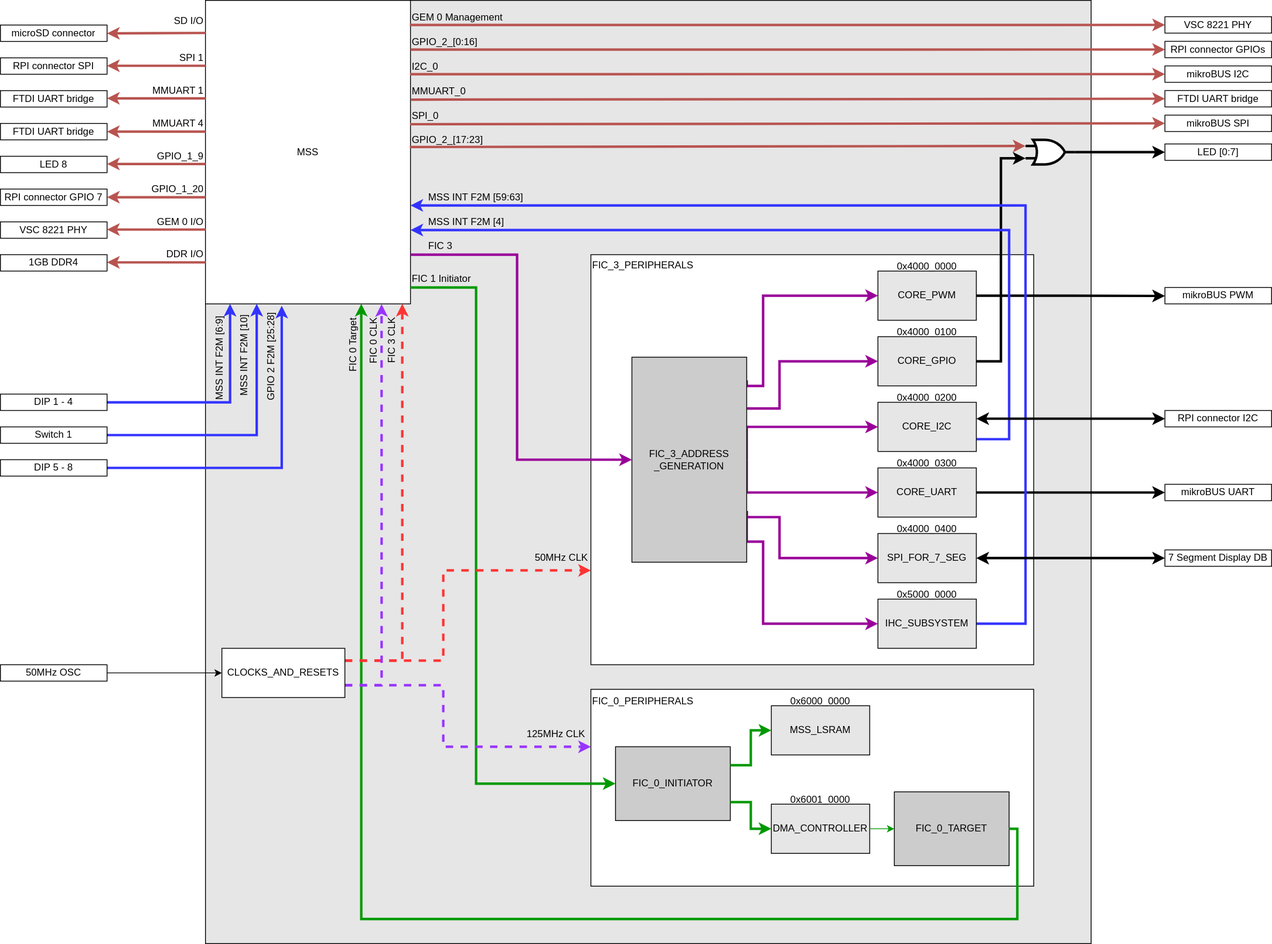
The draw.io diagram diagrams/block_diagram.svg in polarfire-soc/polarfire-soc-discovery-kit-reference-design, before a commit. Source tidied: cells renumbered, new cells last; positions are measured from the earlier drawing's top-left corner, leaving out a move shared by most shapes.
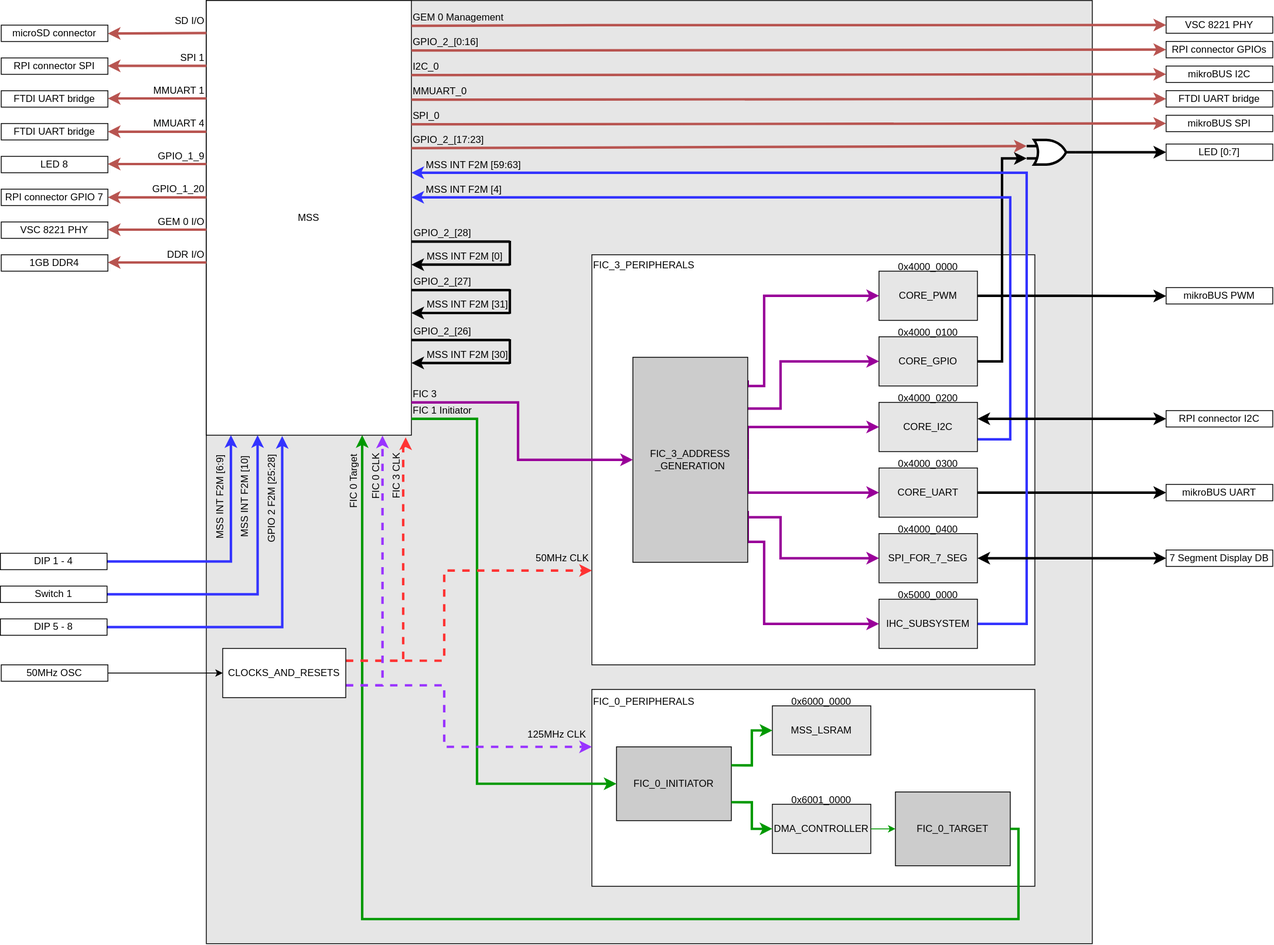
After the change.

Commit message:
(feat)GPIO bare metal example support

What changed in the source:
```diff
@@ -8,3 +8,3 @@
     <mxCell id="3" value="MSS" style="rounded=0;whiteSpace=wrap;html=1;" parent="1" vertex="1">
-      <mxGeometry x="250" width="250" height="370" as="geometry" />
+      <mxGeometry x="250" width="250" height="530" as="geometry" />
     </mxCell>
@@ -64,3 +64,3 @@
     </mxCell>
-    <mxCell id="16" style="endArrow=classic;html=1;rounded=0;exitX=0.997;exitY=0.081;exitDx=0;exitDy=0;strokeWidth=3;fillColor=#f8cecc;strokeColor=#b85450;entryX=0;entryY=0.5;entryDx=0;entryDy=0;exitPerimeter=0;" parent="1" edge="1" source="3" target="81">
+    <mxCell id="16" style="endArrow=classic;html=1;rounded=0;exitX=0;exitY=1;exitDx=0;exitDy=0;strokeWidth=3;fillColor=#f8cecc;strokeColor=#b85450;entryX=0;entryY=0.5;entryDx=0;entryDy=0;" parent="1" edge="1" source="17" target="81">
       <mxGeometry relative="1" as="geometry">
@@ -74,3 +74,3 @@
     </mxCell>
-    <mxCell id="18" style="endArrow=classic;html=1;rounded=0;exitX=1;exitY=0.162;exitDx=0;exitDy=0;strokeWidth=3;fillColor=#f8cecc;strokeColor=#b85450;entryX=0;entryY=0.5;entryDx=0;entryDy=0;exitPerimeter=0;" parent="1" edge="1" source="3" target="82">
+    <mxCell id="18" style="endArrow=classic;html=1;rounded=0;exitX=0;exitY=1;exitDx=0;exitDy=0;strokeWidth=3;fillColor=#f8cecc;strokeColor=#b85450;entryX=0;entryY=0.5;entryDx=0;entryDy=0;" parent="1" edge="1" source="19" target="82">
       <mxGeometry relative="1" as="geometry" />
@@ -80,3 +80,3 @@
     </mxCell>
-    <mxCell id="20" style="endArrow=classic;html=1;rounded=0;exitX=0.998;exitY=0.243;exitDx=0;exitDy=0;strokeWidth=3;fillColor=#f8cecc;strokeColor=#b85450;entryX=0;entryY=0.5;entryDx=0;entryDy=0;exitPerimeter=0;" parent="1" edge="1" source="3" target="83">
+    <mxCell id="20" style="endArrow=classic;html=1;rounded=0;exitX=0;exitY=1;exitDx=0;exitDy=0;strokeWidth=3;fillColor=#f8cecc;strokeColor=#b85450;entryX=0;entryY=0.5;entryDx=0;entryDy=0;" parent="1" edge="1" source="21" target="83">
       <mxGeometry relative="1" as="geometry" />
@@ -86,3 +86,3 @@
     </mxCell>
-    <mxCell id="22" style="endArrow=classic;html=1;rounded=0;exitX=1.003;exitY=0.327;exitDx=0;exitDy=0;strokeWidth=3;fillColor=#f8cecc;strokeColor=#b85450;entryX=0;entryY=0.5;entryDx=0;entryDy=0;exitPerimeter=0;" parent="1" edge="1" source="3" target="84">
+    <mxCell id="22" style="endArrow=classic;html=1;rounded=0;exitX=0;exitY=1;exitDx=0;exitDy=0;strokeWidth=3;fillColor=#f8cecc;strokeColor=#b85450;entryX=0;entryY=0.5;entryDx=0;entryDy=0;" parent="1" edge="1" source="23" target="84">
       <mxGeometry relative="1" as="geometry" />
@@ -92,3 +92,3 @@
     </mxCell>
-    <mxCell id="24" style="endArrow=classic;html=1;rounded=0;exitX=0.998;exitY=0.408;exitDx=0;exitDy=0;strokeWidth=3;fillColor=#f8cecc;strokeColor=#b85450;entryX=0;entryY=0.5;entryDx=0;entryDy=0;exitPerimeter=0;" parent="1" edge="1" source="3" target="85">
+    <mxCell id="24" style="endArrow=classic;html=1;rounded=0;exitX=0;exitY=1;exitDx=0;exitDy=0;strokeWidth=3;fillColor=#f8cecc;strokeColor=#b85450;entryX=0;entryY=0.5;entryDx=0;entryDy=0;" parent="1" edge="1" source="25" target="85">
       <mxGeometry relative="1" as="geometry" />
@@ -169,7 +169,7 @@
       <mxGeometry relative="1" as="geometry">
-        <mxPoint x="500" y="280" as="targetPoint" />
+        <mxPoint x="500" y="240" as="targetPoint" />
         <Array as="points">
           <mxPoint x="1230" y="535" />
-          <mxPoint x="1230" y="280" />
-          <mxPoint x="500" y="280" />
+          <mxPoint x="1230" y="240" />
+          <mxPoint x="500" y="240" />
         </Array>
@@ -193,7 +193,7 @@
       <mxGeometry relative="1" as="geometry">
-        <mxPoint x="500" y="250" as="targetPoint" />
+        <mxPoint x="500" y="210" as="targetPoint" />
         <Array as="points">
           <mxPoint x="1250" y="760" />
-          <mxPoint x="1250" y="250" />
-          <mxPoint x="500" y="250" />
+          <mxPoint x="1250" y="210" />
+          <mxPoint x="500" y="210" />
         </Array>
@@ -215,8 +215,6 @@
     </mxCell>
-    <mxCell id="47" style="edgeStyle=orthogonalEdgeStyle;rounded=0;jettySize=auto;html=1;strokeColor=#990099;strokeWidth=3;entryX=0;entryY=0.5;entryDx=0;entryDy=0;" parent="1" edge="1" target="33">
+    <mxCell id="47" style="edgeStyle=orthogonalEdgeStyle;rounded=0;jettySize=auto;html=1;strokeColor=#990099;strokeWidth=3;entryX=0;entryY=0.5;entryDx=0;entryDy=0;exitX=0;exitY=0;exitDx=0;exitDy=0;" parent="1" edge="1" source="49" target="33">
       <mxGeometry relative="1" as="geometry">
-        <mxPoint x="500" y="310" as="sourcePoint" />
         <Array as="points">
-          <mxPoint x="500" y="310" />
-          <mxPoint x="630" y="310" />
+          <mxPoint x="630" y="490" />
           <mxPoint x="630" y="560" />
@@ -226,6 +224,6 @@
     <mxCell id="48" value="FIC 3" style="text;html=1;strokeColor=none;fillColor=none;align=left;verticalAlign=middle;whiteSpace=wrap;rounded=0;" parent="1" vertex="1">
-      <mxGeometry x="520" y="290" width="90" height="20" as="geometry" />
+      <mxGeometry x="500" y="470" width="90" height="20" as="geometry" />
     </mxCell>
     <mxCell id="49" value="FIC 1 Initiator" style="text;html=1;strokeColor=none;fillColor=none;align=left;verticalAlign=middle;whiteSpace=wrap;rounded=0;" parent="1" vertex="1">
-      <mxGeometry x="500" y="330" width="90" height="20" as="geometry" />
+      <mxGeometry x="500" y="490" width="90" height="20" as="geometry" />
     </mxCell>
@@ -266,6 +264,6 @@
       <mxGeometry relative="1" as="geometry">
-        <mxPoint x="500" y="350" as="sourcePoint" />
+        <mxPoint x="500" y="510" as="sourcePoint" />
         <Array as="points">
-          <mxPoint x="500" y="350" />
-          <mxPoint x="580" y="350" />
+          <mxPoint x="500" y="510" />
+          <mxPoint x="580" y="510" />
           <mxPoint x="580" y="955" />
@@ -274,5 +272,4 @@
     </mxCell>
-    <mxCell id="62" style="edgeStyle=orthogonalEdgeStyle;rounded=0;jettySize=auto;html=1;exitX=1;exitY=0.5;exitDx=0;exitDy=0;strokeColor=#009900;strokeWidth=3;" parent="1" edge="1" source="55">
+    <mxCell id="62" style="edgeStyle=orthogonalEdgeStyle;rounded=0;jettySize=auto;html=1;exitX=1;exitY=0.5;exitDx=0;exitDy=0;strokeColor=#009900;strokeWidth=3;" parent="1" edge="1" source="55" target="3">
       <mxGeometry relative="1" as="geometry">
-        <mxPoint x="440" y="370" as="targetPoint" />
         <Array as="points">
@@ -281,3 +278,2 @@
           <mxPoint x="440" y="1120" />
-          <mxPoint x="440" y="370" />
         </Array>
@@ -363,3 +359,3 @@
     </mxCell>
-    <mxCell id="87" style="endArrow=classic;html=1;rounded=0;exitX=0.997;exitY=0.483;exitDx=0;exitDy=0;strokeWidth=3;fillColor=#f8cecc;strokeColor=#b85450;entryX=0;entryY=0.25;entryDx=0;entryDy=0;entryPerimeter=0;exitPerimeter=0;" parent="1" edge="1" source="3" target="90">
+    <mxCell id="87" style="endArrow=classic;html=1;rounded=0;exitX=0;exitY=1;exitDx=0;exitDy=0;strokeWidth=3;fillColor=#f8cecc;strokeColor=#b85450;entryX=0;entryY=0.25;entryDx=0;entryDy=0;entryPerimeter=0;" parent="1" edge="1" source="88" target="90">
       <mxGeometry relative="1" as="geometry" />
@@ -385,9 +381,8 @@
     <mxCell id="94" value="FIC 0 Target" style="text;html=1;strokeColor=none;fillColor=none;align=left;verticalAlign=middle;whiteSpace=wrap;rounded=0;flipH=1;flipV=1;horizontal=0;" parent="1" vertex="1">
-      <mxGeometry x="420" y="375" width="20" height="80" as="geometry" />
+      <mxGeometry x="420" y="550" width="20" height="71" as="geometry" />
     </mxCell>
-    <mxCell id="95" style="edgeStyle=orthogonalEdgeStyle;rounded=0;jettySize=auto;html=1;exitX=1;exitY=0.5;exitDx=0;exitDy=0;strokeWidth=3;strokeColor=#3333FF;" parent="1" edge="1" source="96">
+    <mxCell id="95" style="edgeStyle=orthogonalEdgeStyle;rounded=0;jettySize=auto;html=1;exitX=1;exitY=0.5;exitDx=0;exitDy=0;strokeWidth=3;strokeColor=#3333FF;" parent="1" edge="1" source="96" target="3">
       <mxGeometry relative="1" as="geometry">
-        <mxPoint x="280" y="370" as="targetPoint" />
         <Array as="points">
-          <mxPoint x="280" y="490" />
+          <mxPoint x="280" y="684" />
         </Array>
@@ -396,6 +391,6 @@
     <mxCell id="96" value="DIP 1 - 4" style="text;html=1;strokeColor=default;fillColor=none;align=center;verticalAlign=middle;whiteSpace=wrap;rounded=0;" parent="1" vertex="1">
-      <mxGeometry y="480" width="130" height="20" as="geometry" />
+      <mxGeometry x="-1" y="674" width="130" height="20" as="geometry" />
     </mxCell>
     <mxCell id="97" value="MSS INT F2M [6:9]" style="text;html=1;strokeColor=none;fillColor=none;align=left;verticalAlign=middle;whiteSpace=wrap;rounded=0;flipH=1;flipV=1;horizontal=0;" parent="1" vertex="1">
-      <mxGeometry x="260" y="380" width="15" height="110" as="geometry" />
+      <mxGeometry x="260" y="550" width="15" height="109" as="geometry" />
     </mxCell>
@@ -405,8 +400,8 @@
     <mxCell id="99" value="Switch 1" style="text;html=1;strokeColor=default;fillColor=none;align=center;verticalAlign=middle;whiteSpace=wrap;rounded=0;" parent="1" vertex="1">
-      <mxGeometry y="520" width="130" height="20" as="geometry" />
+      <mxGeometry x="-1" y="714" width="130" height="20" as="geometry" />
     </mxCell>
     <mxCell id="100" value="MSS INT F2M [10]" style="text;html=1;strokeColor=none;fillColor=none;align=left;verticalAlign=middle;whiteSpace=wrap;rounded=0;flipH=1;flipV=1;horizontal=0;" parent="1" vertex="1">
-      <mxGeometry x="290" y="375" width="15" height="110" as="geometry" />
+      <mxGeometry x="290" y="550" width="15" height="107" as="geometry" />
     </mxCell>
-    <mxCell id="101" style="edgeStyle=orthogonalEdgeStyle;rounded=0;jettySize=auto;html=1;exitX=1;exitY=0.5;exitDx=0;exitDy=0;entryX=0.372;entryY=1.006;entryDx=0;entryDy=0;entryPerimeter=0;strokeWidth=3;strokeColor=#3333FF;" parent="1" edge="1" source="102" target="3">
+    <mxCell id="101" style="edgeStyle=orthogonalEdgeStyle;rounded=0;jettySize=auto;html=1;exitX=1;exitY=0.5;exitDx=0;exitDy=0;entryX=0.37;entryY=1.002;entryDx=0;entryDy=0;entryPerimeter=0;strokeWidth=3;strokeColor=#3333FF;" parent="1" edge="1" source="102" target="3">
       <mxGeometry relative="1" as="geometry" />
@@ -414,12 +409,12 @@
     <mxCell id="102" value="DIP 5 - 8" style="text;html=1;strokeColor=default;fillColor=none;align=center;verticalAlign=middle;whiteSpace=wrap;rounded=0;" parent="1" vertex="1">
-      <mxGeometry y="560" width="130" height="20" as="geometry" />
+      <mxGeometry x="-1" y="754" width="130" height="20" as="geometry" />
     </mxCell>
     <mxCell id="103" value="GPIO 2 F2M [25:28]" style="text;html=1;strokeColor=none;fillColor=none;align=left;verticalAlign=middle;whiteSpace=wrap;rounded=0;flipH=1;flipV=1;horizontal=0;" parent="1" vertex="1">
-      <mxGeometry x="320" y="370" width="20" height="120" as="geometry" />
+      <mxGeometry x="320" y="549" width="20" height="114" as="geometry" />
     </mxCell>
     <mxCell id="104" value="MSS INT F2M [4]" style="text;html=1;strokeColor=none;fillColor=none;align=left;verticalAlign=middle;whiteSpace=wrap;rounded=0;flipH=1;flipV=1;horizontal=1;" parent="1" vertex="1">
-      <mxGeometry x="520" y="260" width="115" height="20" as="geometry" />
+      <mxGeometry x="516" y="221" width="115" height="20" as="geometry" />
     </mxCell>
     <mxCell id="105" value="MSS INT F2M [59:63]" style="text;html=1;strokeColor=none;fillColor=none;align=left;verticalAlign=middle;whiteSpace=wrap;rounded=0;flipH=1;flipV=1;horizontal=1;" parent="1" vertex="1">
-      <mxGeometry x="520" y="230" width="135" height="20" as="geometry" />
+      <mxGeometry x="516" y="191" width="135" height="20" as="geometry" />
     </mxCell>
@@ -442,8 +437,8 @@
     </mxCell>
-    <mxCell id="108" style="edgeStyle=orthogonalEdgeStyle;rounded=0;jettySize=auto;html=1;exitX=1;exitY=0.25;exitDx=0;exitDy=0;dashed=1;strokeColor=#FF3333;strokeWidth=3;" parent="1" edge="1" source="110">
+    <mxCell id="108" style="edgeStyle=orthogonalEdgeStyle;rounded=0;jettySize=auto;html=1;exitX=1;exitY=0.25;exitDx=0;exitDy=0;dashed=1;strokeColor=#FF3333;strokeWidth=3;entryX=0.972;entryY=1.005;entryDx=0;entryDy=0;entryPerimeter=0;" parent="1" edge="1" source="110" target="3">
       <mxGeometry relative="1" as="geometry">
-        <mxPoint x="490" y="370" as="targetPoint" />
         <Array as="points">
           <mxPoint x="490" y="805" />
-          <mxPoint x="490" y="370" />
+          <mxPoint x="490" y="540" />
+          <mxPoint x="493" y="540" />
         </Array>
@@ -470,6 +465,6 @@
     <mxCell id="115" value="FIC 0 CLK" style="text;html=1;strokeColor=none;fillColor=none;align=left;verticalAlign=middle;whiteSpace=wrap;rounded=0;horizontal=0;" parent="1" vertex="1">
-      <mxGeometry x="445" y="385" width="20" height="60" as="geometry" />
+      <mxGeometry x="447" y="550" width="20" height="60" as="geometry" />
     </mxCell>
     <mxCell id="116" value="FIC 3 CLK" style="text;html=1;strokeColor=none;fillColor=none;align=left;verticalAlign=middle;whiteSpace=wrap;rounded=0;horizontal=0;" parent="1" vertex="1">
-      <mxGeometry x="470" y="385" width="15" height="60" as="geometry" />
+      <mxGeometry x="475" y="550" width="15" height="60" as="geometry" />
     </mxCell>
@@ -478,2 +473,83 @@
     </mxCell>
+    <mxCell id="118" value="GPIO_2_[28]" style="text;html=1;strokeColor=none;fillColor=none;align=left;verticalAlign=middle;whiteSpace=wrap;rounded=0;" parent="1" vertex="1">
+      <mxGeometry x="501" y="274" width="140" height="20" as="geometry" />
+    </mxCell>
+    <mxCell id="119" value="MSS INT F2M [0]" style="text;html=1;strokeColor=none;fillColor=none;align=left;verticalAlign=middle;whiteSpace=wrap;rounded=0;flipH=1;flipV=1;horizontal=1;" parent="1" vertex="1">
+      <mxGeometry x="517" y="302" width="115" height="20" as="geometry" />
+    </mxCell>
+    <mxCell id="120" value="GPIO_2_[27]" style="text;html=1;strokeColor=none;fillColor=none;align=left;verticalAlign=middle;whiteSpace=wrap;rounded=0;" parent="1" vertex="1">
+      <mxGeometry x="501" y="333" width="140" height="20" as="geometry" />
+    </mxCell>
+    <mxCell id="121" value="MSS INT F2M [31]" style="text;html=1;strokeColor=none;fillColor=none;align=left;verticalAlign=middle;whiteSpace=wrap;rounded=0;flipH=1;flipV=1;horizontal=1;" parent="1" vertex="1">
+      <mxGeometry x="517" y="361" width="115" height="20" as="geometry" />
+    </mxCell>
+    <mxCell id="122" value="GPIO_2_[26]" style="text;html=1;strokeColor=none;fillColor=none;align=left;verticalAlign=middle;whiteSpace=wrap;rounded=0;" parent="1" vertex="1">
+      <mxGeometry x="501" y="394" width="140" height="20" as="geometry" />
+    </mxCell>
+    <mxCell id="123" value="MSS INT F2M [30]" style="text;html=1;strokeColor=none;fillColor=none;align=left;verticalAlign=middle;whiteSpace=wrap;rounded=0;flipH=1;flipV=1;horizontal=1;" parent="1" vertex="1">
+      <mxGeometry x="517" y="422" width="115" height="20" as="geometry" />
+    </mxCell>
+    <mxCell id="124" style="group;" parent="1" vertex="1">
+      <mxGeometry x="500" y="413" width="120" height="30" as="geometry" />
+    </mxCell>
+    <mxCell id="125" style="endArrow=none;html=1;rounded=0;exitX=0;exitY=1;exitDx=0;exitDy=0;strokeWidth=3;" parent="124" edge="1">
+      <mxGeometry relative="1" as="geometry">
+        <mxPoint y="1" as="sourcePoint" />
+        <mxPoint x="120" y="1" as="targetPoint" />
+      </mxGeometry>
+    </mxCell>
+    <mxCell id="126" style="endArrow=none;html=1;rounded=0;strokeWidth=3;" parent="124" edge="1">
+      <mxGeometry relative="1" as="geometry">
+        <mxPoint x="120" as="sourcePoint" />
+        <mxPoint x="120" y="30" as="targetPoint" />
+      </mxGeometry>
+    </mxCell>
+    <mxCell id="127" style="endArrow=none;html=1;rounded=0;exitX=0;exitY=1;exitDx=0;exitDy=0;strokeWidth=3;startArrow=classic;startFill=1;" parent="124" edge="1">
+      <mxGeometry relative="1" as="geometry">
+        <mxPoint y="29" as="sourcePoint" />
+        <mxPoint x="120" y="29" as="targetPoint" />
+      </mxGeometry>
+    </mxCell>
+    <mxCell id="128" style="group;" parent="1" vertex="1">
+      <mxGeometry x="500" y="352" width="120" height="30" as="geometry" />
+    </mxCell>
+    <mxCell id="129" style="endArrow=none;html=1;rounded=0;exitX=0;exitY=1;exitDx=0;exitDy=0;strokeWidth=3;" parent="128" edge="1">
+      <mxGeometry relative="1" as="geometry">
+        <mxPoint y="1" as="sourcePoint" />
+        <mxPoint x="120" y="1" as="targetPoint" />
+      </mxGeometry>
+    </mxCell>
+    <mxCell id="130" style="endArrow=none;html=1;rounded=0;strokeWidth=3;" parent="128" edge="1">
+      <mxGeometry relative="1" as="geometry">
+        <mxPoint x="120" as="sourcePoint" />
+        <mxPoint x="120" y="30" as="targetPoint" />
+      </mxGeometry>
+    </mxCell>
+    <mxCell id="131" style="endArrow=none;html=1;rounded=0;exitX=0;exitY=1;exitDx=0;exitDy=0;strokeWidth=3;startArrow=classic;startFill=1;" parent="128" edge="1">
+      <mxGeometry relative="1" as="geometry">
+        <mxPoint y="29" as="sourcePoint" />
+        <mxPoint x="120" y="29" as="targetPoint" />
+      </mxGeometry>
+    </mxCell>
+    <mxCell id="132" style="group;" parent="1" vertex="1">
+      <mxGeometry x="500" y="293" width="120" height="30" as="geometry" />
+    </mxCell>
+    <mxCell id="133" style="endArrow=none;html=1;rounded=0;exitX=0;exitY=1;exitDx=0;exitDy=0;strokeWidth=3;" parent="132" edge="1">
+      <mxGeometry relative="1" as="geometry">
+        <mxPoint y="1" as="sourcePoint" />
+        <mxPoint x="120" y="1" as="targetPoint" />
+      </mxGeometry>
+    </mxCell>
+    <mxCell id="134" style="endArrow=none;html=1;rounded=0;strokeWidth=3;" parent="132" edge="1">
+      <mxGeometry relative="1" as="geometry">
+        <mxPoint x="120" as="sourcePoint" />
+        <mxPoint x="120" y="30" as="targetPoint" />
+      </mxGeometry>
+    </mxCell>
+    <mxCell id="135" style="endArrow=none;html=1;rounded=0;exitX=0;exitY=1;exitDx=0;exitDy=0;strokeWidth=3;startArrow=classic;startFill=1;" parent="132" edge="1">
+      <mxGeometry relative="1" as="geometry">
+        <mxPoint y="29" as="sourcePoint" />
+        <mxPoint x="120" y="29" as="targetPoint" />
+      </mxGeometry>
+    </mxCell>
   </root>
```
